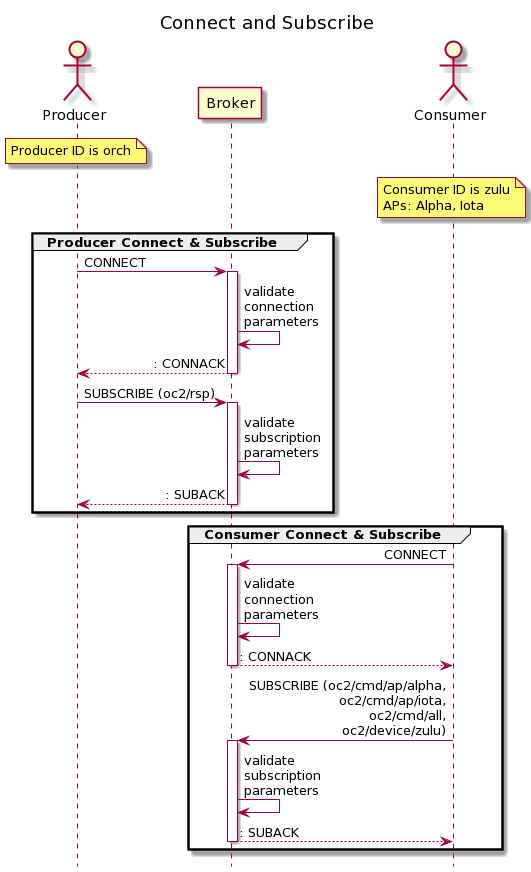
The PlantUML diagram images/con_sub.png in oasis-tcs/openc2-transf-mqtt, before a commit.
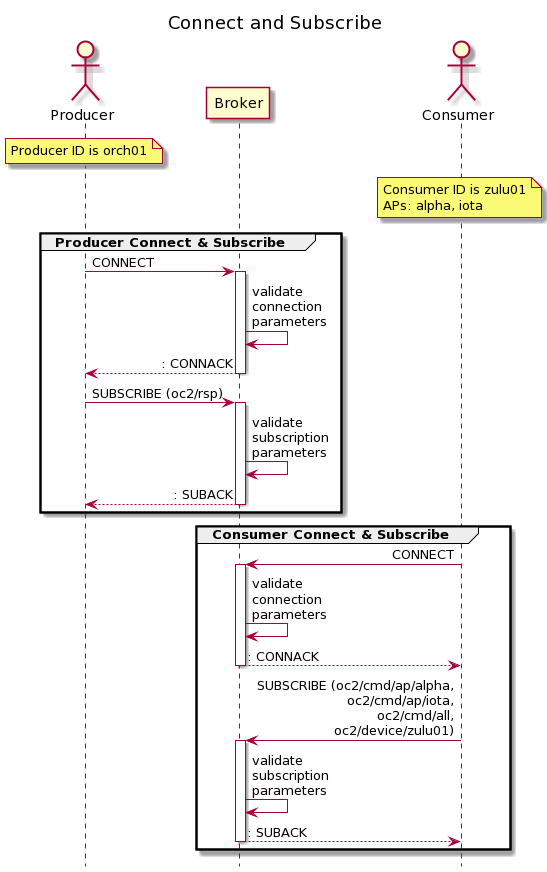
After the commit.

Change to the diagram source:
```diff
@@ -7,8 +7,8 @@
 actor Producer as P
 participant Broker as B
 actor Consumer as C
-note over P: Producer ID is orch
-note over C: Consumer ID is zulu\nAPs: Alpha, Iota
+note over P: Producer ID is orch01
+note over C: Consumer ID is zulu01\nAPs: alpha, iota
 group Producer Connect & Subscribe
 P -> B : CONNECT
 activate B
@@ -24,7 +24,7 @@
 activate B
 B -> B : validate\nconnection\nparameters
 return : CONNACK
-C -> B : SUBSCRIBE (oc2/cmd/ap/alpha,\noc2/cmd/ap/iota,\noc2/cmd/all,\noc2/device/zulu)
+C -> B : SUBSCRIBE (oc2/cmd/ap/alpha,\noc2/cmd/ap/iota,\noc2/cmd/all,\noc2/device/zulu01)
 activate B
 B -> B : validate\nsubscription\nparameters
 
```
